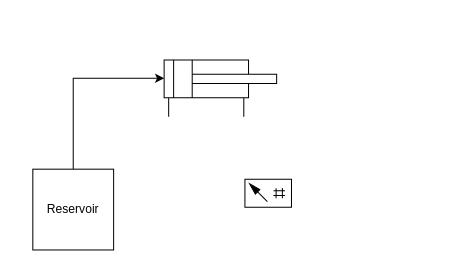
Earlier version of the draw.io diagram PDCA4/Schema_technique.drawio (CharifMah/Systemes_automatises). Source tidied: cells renumbered, new cells numbered last; positions are measured from the earlier drawing's top-left corner, leaving out a move shared by most shapes. Both pictures are drawn from the tidied source at 101%, with x=0, y=0 at pixel (32, 60).
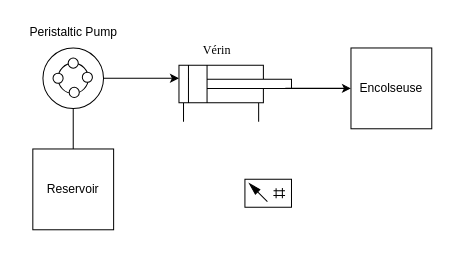
After the change.

What changed in the source:
```diff
@@
-    <mxCell id="3" style="verticalLabelPosition=bottom;html=1;verticalAlign=top;fillColor=strokeColor;align=center;outlineConnect=0;shape=mxgraph.fluid_power.x11450;points=[[0.04,1,0],[0.707,1,0]];" parent="1" vertex="1">
-      <mxGeometry x="130" width="111.4" height="56" as="geometry" />
-    </mxCell>
@@
     <mxCell id="5" value="Reservoir" style="whiteSpace=wrap;html=1;" parent="1" vertex="1">
-      <mxGeometry y="108" width="80" height="80" as="geometry" />
+      <mxGeometry y="88" width="80" height="80" as="geometry" />
     </mxCell>
+    <mxCell id="6" style="group;" parent="1" vertex="1">
+      <mxGeometry x="144.7" y="-25" width="111.4" height="86" as="geometry" />
+    </mxCell>
+    <mxCell id="3" style="verticalLabelPosition=bottom;html=1;verticalAlign=top;fillColor=strokeColor;align=center;outlineConnect=0;shape=mxgraph.fluid_power.x11450;points=[[0.04,1,0],[0.707,1,0]];" parent="6" vertex="1">
+      <mxGeometry y="30" width="111.4" height="56" as="geometry" />
+    </mxCell>
+    <mxCell id="7" value="&lt;span style=&quot;font-family: &amp;quot;Times New Roman&amp;quot;; text-align: start; background-color: rgb(255, 255, 255);&quot;&gt;Vérin&lt;/span&gt;" style="text;html=1;align=center;verticalAlign=middle;strokeColor=none;fillColor=none;" parent="6" vertex="1">
+      <mxGeometry x="12.1" width="50" height="30" as="geometry" />
+    </mxCell>
+    <mxCell id="8" style="group;" parent="1" vertex="1">
+      <mxGeometry x="10" y="-12" width="60" height="60" as="geometry" />
+    </mxCell>
+    <mxCell id="9" style="ellipse;whiteSpace=wrap;html=1;" parent="8" vertex="1">
+      <mxGeometry width="60" height="60" as="geometry" />
+    </mxCell>
+    <mxCell id="10" style="ellipse;whiteSpace=wrap;html=1;" parent="8" vertex="1">
+      <mxGeometry x="15" y="15" width="30" height="30" as="geometry" />
+    </mxCell>
+    <mxCell id="11" style="ellipse;whiteSpace=wrap;html=1;" parent="8" vertex="1">
+      <mxGeometry x="25" y="10" width="10" height="10" as="geometry" />
+    </mxCell>
+    <mxCell id="12" style="ellipse;whiteSpace=wrap;html=1;" parent="8" vertex="1">
+      <mxGeometry x="10" y="25" width="10" height="10" as="geometry" />
+    </mxCell>
+    <mxCell id="13" style="ellipse;whiteSpace=wrap;html=1;" parent="8" vertex="1">
+      <mxGeometry x="39" y="24" width="10" height="10" as="geometry" />
+    </mxCell>
+    <mxCell id="14" style="ellipse;whiteSpace=wrap;html=1;" parent="8" vertex="1">
+      <mxGeometry x="26" y="39" width="10" height="10" as="geometry" />
+    </mxCell>
+    <mxCell id="15" value="Peristaltic Pump" style="text;html=1;align=center;verticalAlign=middle;strokeColor=none;fillColor=none;" parent="1" vertex="1">
+      <mxGeometry x="-15" y="-42" width="110" height="30" as="geometry" />
+    </mxCell>
+    <mxCell id="16" value="Encolseuse" style="whiteSpace=wrap;html=1;" parent="1" vertex="1">
+      <mxGeometry x="315" y="-12" width="80" height="80" as="geometry" />
+    </mxCell>
+    <mxCell id="17" style="edgeStyle=orthogonalEdgeStyle;rounded=0;jettySize=auto;html=1;entryX=0;entryY=0.5;entryDx=0;entryDy=0;" parent="1" edge="1" target="16">
+      <mxGeometry relative="1" as="geometry">
+        <mxPoint x="260" y="28" as="sourcePoint" />
+        <Array as="points">
+          <mxPoint x="250" y="28" />
+          <mxPoint x="250" y="28" />
+        </Array>
+      </mxGeometry>
+    </mxCell>
```
